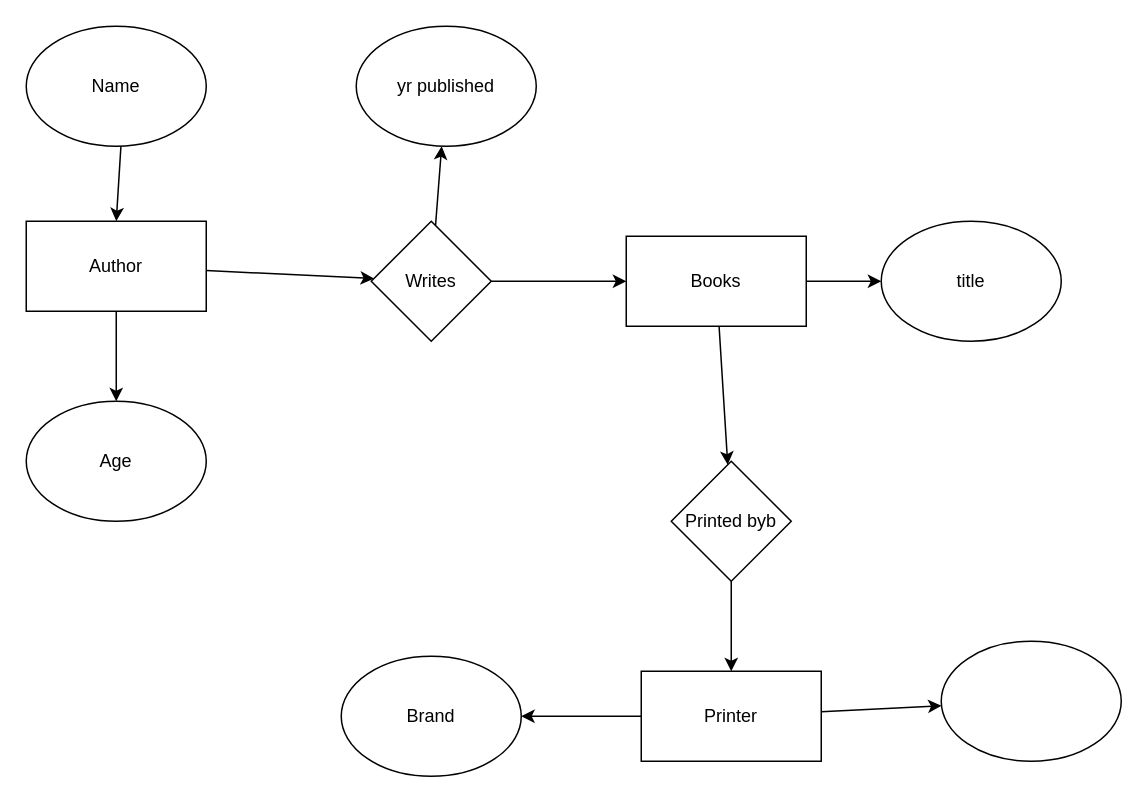
Above: Author.drawio in AaronSlowinski/week1 (draw.io), before the change. Source tidied: cells renumbered, new cells numbered last; positions are measured from the earlier drawing's top-left corner, leaving out a move shared by most shapes. Both pictures are drawn from the tidied source at 150%, with x=0, y=0 at pixel (26, 26).
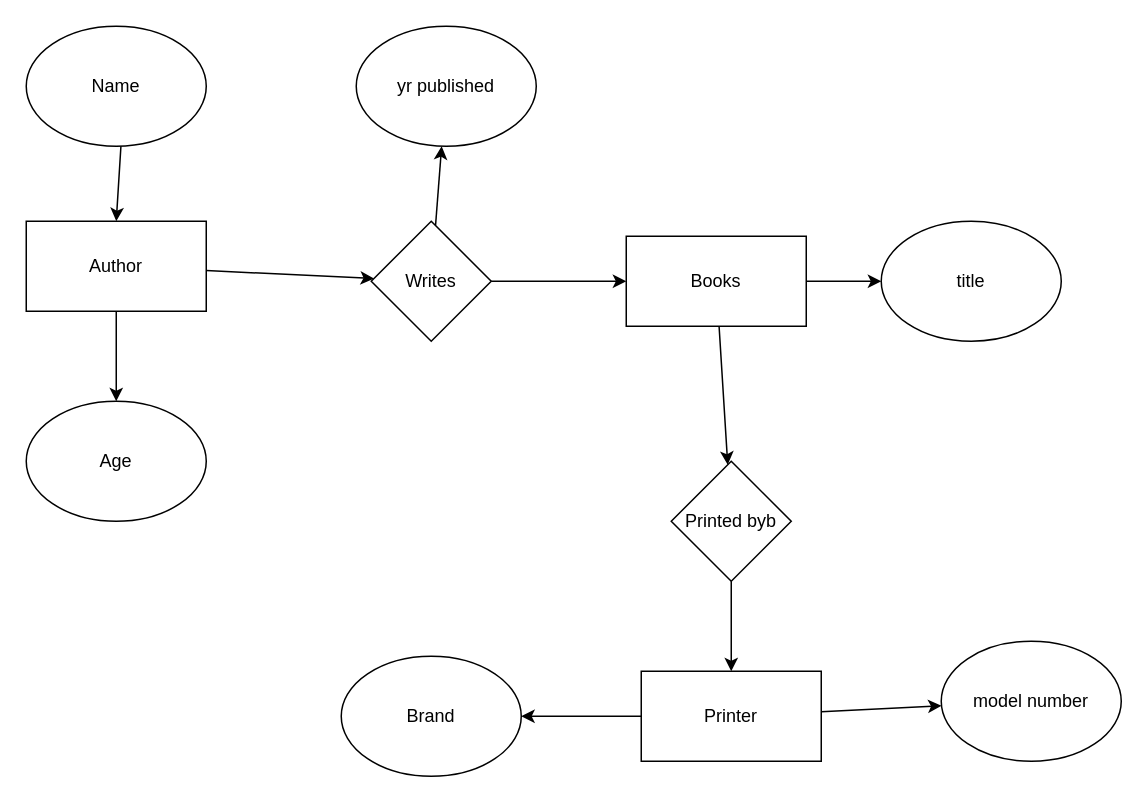
The same diagram, later.

Diff of the diagram source:
```diff
@@
-    <mxCell id="22" style="ellipse;whiteSpace=wrap;html=1;" parent="1" vertex="1">
+    <mxCell id="22" value="model number" style="ellipse;whiteSpace=wrap;html=1;" parent="1" vertex="1">
       <mxGeometry x="610" y="410" width="120" height="80" as="geometry" />
     </mxCell>
```
